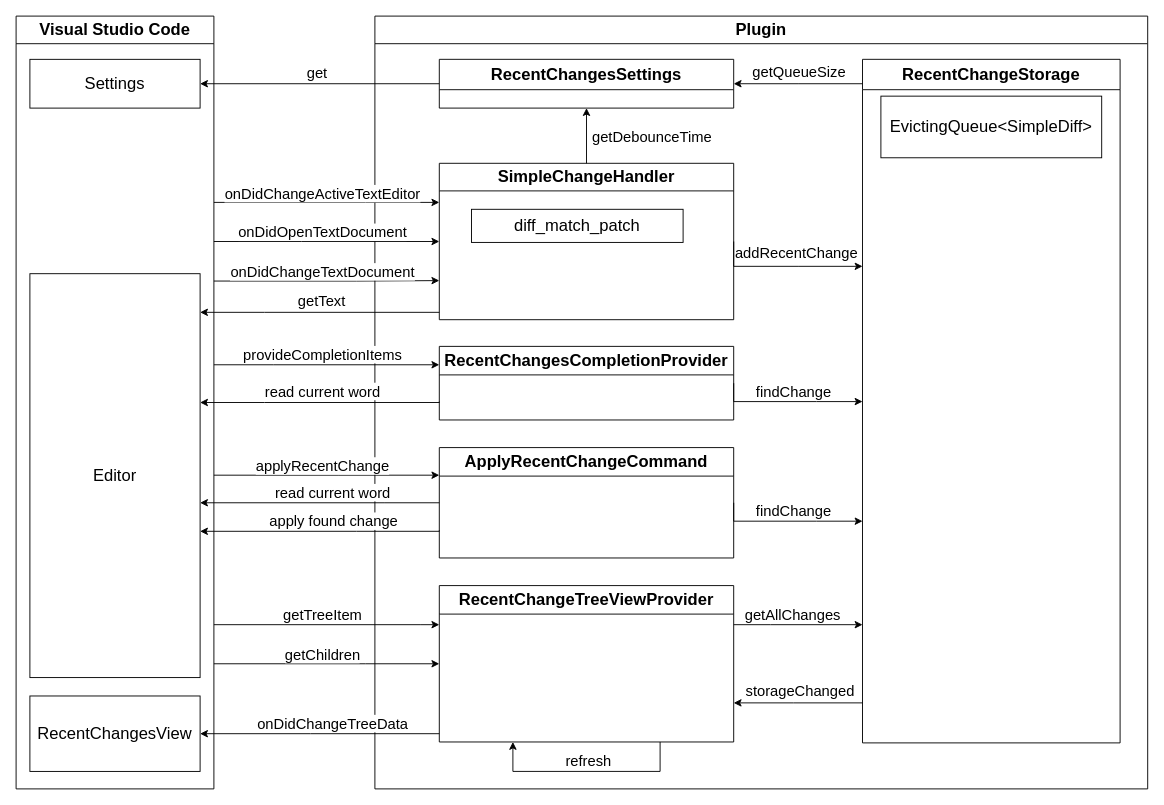
pseiringer/PluginComarison keeps this draw.io diagram as page "Full" (1 of 8) of 01_Data/Diagrams/PluginArchitecture/04_VSCodeDesign.drawio. Above is the earlier version. Source tidied: cells renumbered, new cells numbered last; positions are measured from the earlier drawing's top-left corner, leaving out a move shared by most shapes. Both pictures are drawn from the tidied source at 92%, with x=0, y=0 at pixel (16, 16).
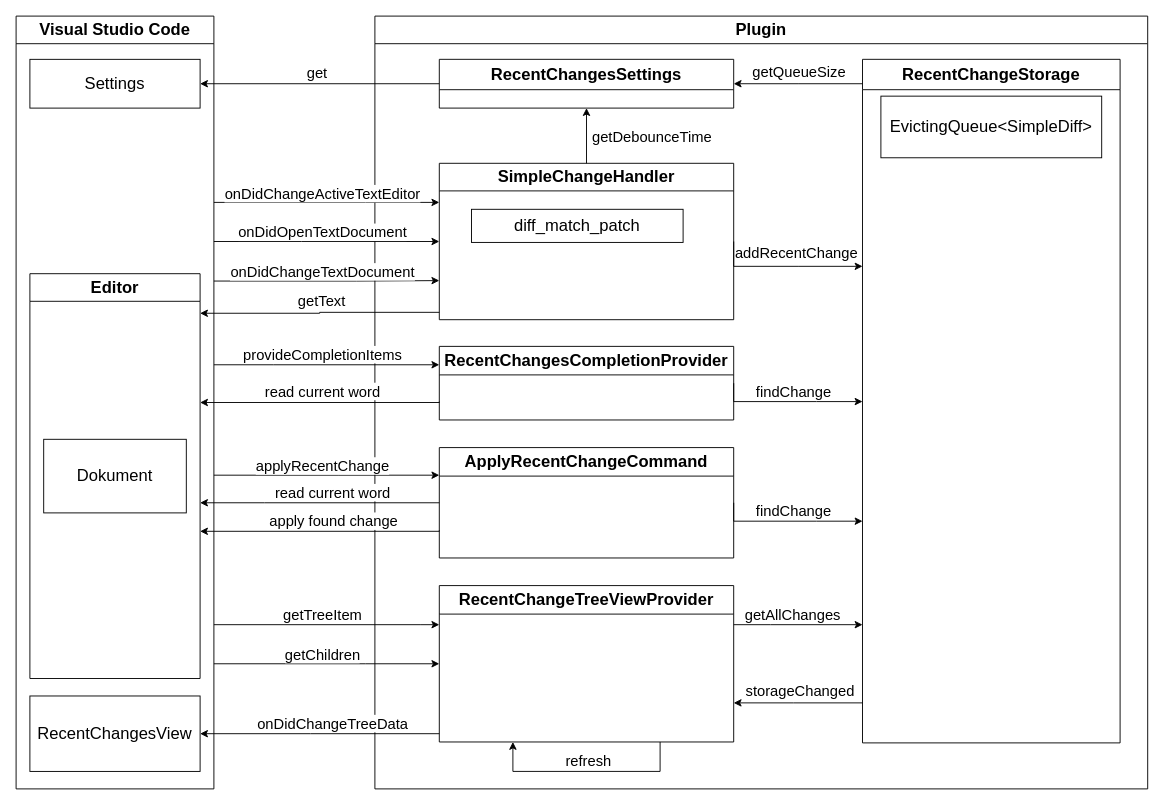
After the change.

The change refers to these unchanged cells:
```xml
<mxCell id="2" value="Visual Studio Code" style="swimlane;whiteSpace=wrap;html=1;fontSize=18;startSize=30;" parent="1" vertex="1">
  <mxGeometry width="215" height="840" as="geometry" />
</mxCell>
<mxCell id="16" value="ApplyRecentChangeCommand" style="swimlane;whiteSpace=wrap;html=1;fontSize=18;startSize=31;" parent="6" vertex="1">
  <mxGeometry x="70" y="469" width="320" height="120" as="geometry" />
</mxCell>
```

The edit, as a diff of the source:
```diff
@@
-    <mxCell id="3" value="Editor" style="rounded=0;whiteSpace=wrap;html=1;fontSize=18;" parent="2" vertex="1">
-      <mxGeometry x="15" y="280" width="185" height="439" as="geometry" />
-    </mxCell>
@@
+    <mxCell id="3" value="Editor" style="swimlane;whiteSpace=wrap;html=1;fontSize=18;startSize=30;" parent="2" vertex="1">
+      <mxGeometry x="15" y="280" width="185" height="440" as="geometry" />
+    </mxCell>
+    <mxCell id="57" value="Dokument" style="rounded=0;whiteSpace=wrap;html=1;fontSize=18;" parent="3" vertex="1">
+      <mxGeometry x="15" y="180" width="155" height="80" as="geometry" />
+    </mxCell>
@@
     <mxCell id="39" style="endArrow=classic;html=1;rounded=0;edgeStyle=orthogonalEdgeStyle;exitX=0;exitY=0.75;exitDx=0;exitDy=0;" parent="1" edge="1" target="3">
       <mxGeometry relative="1" as="geometry">
         <mxPoint x="460" y="419" as="sourcePoint" />
         <Array as="points">
-          <mxPoint x="270" y="420" />
-          <mxPoint x="270" y="420" />
+          <mxPoint x="460" y="420" />
         </Array>
       </mxGeometry>
     </mxCell>
@@
     <mxCell id="43" style="endArrow=classic;html=1;rounded=0;edgeStyle=orthogonalEdgeStyle;exitX=0;exitY=0.5;exitDx=0;exitDy=0;" parent="1" edge="1" source="16" target="3">
       <mxGeometry relative="1" as="geometry">
         <Array as="points">
-          <mxPoint x="400" y="529" />
-          <mxPoint x="400" y="529" />
+          <mxPoint x="270" y="529" />
+          <mxPoint x="270" y="529" />
         </Array>
       </mxGeometry>
     </mxCell>
@@
     <mxCell id="45" style="endArrow=classic;html=1;rounded=0;edgeStyle=orthogonalEdgeStyle;exitX=0;exitY=0.75;exitDx=0;exitDy=0;" parent="1" edge="1" source="16" target="3">
       <mxGeometry relative="1" as="geometry">
         <Array as="points">
-          <mxPoint x="370" y="560" />
-          <mxPoint x="370" y="560" />
+          <mxPoint x="460" y="560" />
         </Array>
       </mxGeometry>
     </mxCell>
@@
-    <mxCell id="55" style="endArrow=classic;html=1;rounded=0;edgeStyle=orthogonalEdgeStyle;" parent="1" edge="1">
+    <mxCell id="55" style="endArrow=classic;html=1;rounded=0;edgeStyle=orthogonalEdgeStyle;" parent="1" edge="1" target="3">
       <mxGeometry relative="1" as="geometry">
         <mxPoint x="460" y="322" as="sourcePoint" />
-        <mxPoint x="200" y="322" as="targetPoint" />
         <Array as="points">
-          <mxPoint x="270" y="322" />
-          <mxPoint x="270" y="322" />
+          <mxPoint x="330" y="323" />
         </Array>
       </mxGeometry>
     </mxCell>
```
